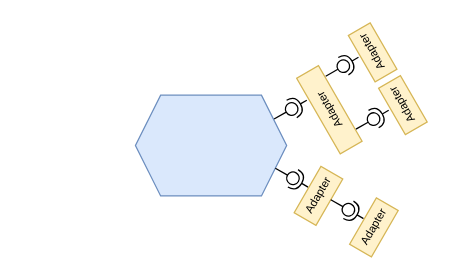
alicemunsal/dohex keeps this draw.io diagram as page "Adapter Organization" (8 of 8) of diagrams/1.drawio. Above is the earlier version. Source tidied: cells renumbered, new cells numbered last; positions are measured from the earlier drawing's top-left corner, leaving out a move shared by most shapes. Both pictures are drawn from the tidied source at 126%, with x=0, y=0 at pixel (135, 35).
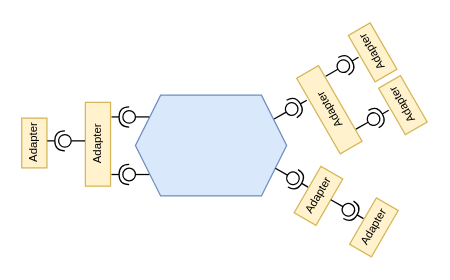
The same page after the edit.

Commit message:
Adapter organization updated

Diff of the diagram source:
```diff
@@
+    <mxCell id="32" style="group;rotation=-180;" parent="1" vertex="1">
+      <mxGeometry x="-19" y="59.3" width="30" height="10" as="geometry" />
+    </mxCell>
+    <mxCell id="33" style="rounded=0;jettySize=auto;html=1;endArrow=none;endFill=0;sketch=0;sourcePerimeterSpacing=0;targetPerimeterSpacing=0;" parent="32" edge="1" target="35">
+      <mxGeometry relative="1" as="geometry">
+        <mxPoint x="30" y="5" as="sourcePoint" />
+      </mxGeometry>
+    </mxCell>
+    <mxCell id="34" style="rounded=0;jettySize=auto;html=1;endArrow=halfCircle;endFill=0;entryX=0.5;entryY=0.5;endSize=6;strokeWidth=1;sketch=0;" parent="32" edge="1" target="35">
+      <mxGeometry relative="1" as="geometry">
+        <mxPoint y="5" as="sourcePoint" />
+      </mxGeometry>
+    </mxCell>
+    <mxCell id="35" style="ellipse;whiteSpace=wrap;html=1;align=center;points=[];outlineConnect=0;sketch=0;rotation=-180;" parent="32" vertex="1">
+      <mxGeometry x="9" width="10" height="10" as="geometry" />
+    </mxCell>
+    <mxCell id="36" value="Adapter" style="rounded=0;whiteSpace=wrap;html=1;fontSize=9;rotation=-90;fillColor=#fff2cc;strokeColor=#d6b656;" parent="1" vertex="1">
+      <mxGeometry x="-63" y="76" width="66.5" height="20" as="geometry" />
+    </mxCell>
+    <mxCell id="37" style="group;rotation=-180;" parent="1" vertex="1">
+      <mxGeometry x="-19" y="105" width="30" height="10" as="geometry" />
+    </mxCell>
+    <mxCell id="38" style="rounded=0;jettySize=auto;html=1;endArrow=none;endFill=0;sketch=0;sourcePerimeterSpacing=0;targetPerimeterSpacing=0;" parent="37" edge="1" target="40">
+      <mxGeometry relative="1" as="geometry">
+        <mxPoint x="30" y="5" as="sourcePoint" />
+      </mxGeometry>
+    </mxCell>
+    <mxCell id="39" style="rounded=0;jettySize=auto;html=1;endArrow=halfCircle;endFill=0;entryX=0.5;entryY=0.5;endSize=6;strokeWidth=1;sketch=0;" parent="37" edge="1" target="40">
+      <mxGeometry relative="1" as="geometry">
+        <mxPoint y="5" as="sourcePoint" />
+      </mxGeometry>
+    </mxCell>
+    <mxCell id="40" style="ellipse;whiteSpace=wrap;html=1;align=center;points=[];outlineConnect=0;sketch=0;rotation=-180;" parent="37" vertex="1">
+      <mxGeometry x="9" width="10" height="10" as="geometry" />
+    </mxCell>
+    <mxCell id="41" value="Adapter" style="rounded=0;whiteSpace=wrap;html=1;fontSize=9;rotation=-90;fillColor=#fff2cc;strokeColor=#d6b656;" parent="1" vertex="1">
+      <mxGeometry x="-100" y="75" width="39.5" height="20" as="geometry" />
+    </mxCell>
+    <mxCell id="42" style="group;rotation=-180;" parent="1" vertex="1">
+      <mxGeometry x="-70" y="78.3" width="30" height="10" as="geometry" />
+    </mxCell>
+    <mxCell id="43" style="rounded=0;jettySize=auto;html=1;endArrow=none;endFill=0;sketch=0;sourcePerimeterSpacing=0;targetPerimeterSpacing=0;" parent="42" edge="1" target="45">
+      <mxGeometry relative="1" as="geometry">
+        <mxPoint x="30" y="5" as="sourcePoint" />
+      </mxGeometry>
+    </mxCell>
+    <mxCell id="44" style="rounded=0;jettySize=auto;html=1;endArrow=halfCircle;endFill=0;entryX=0.5;entryY=0.5;endSize=6;strokeWidth=1;sketch=0;" parent="42" edge="1" target="45">
+      <mxGeometry relative="1" as="geometry">
+        <mxPoint y="5" as="sourcePoint" />
+      </mxGeometry>
+    </mxCell>
+    <mxCell id="45" style="ellipse;whiteSpace=wrap;html=1;align=center;points=[];outlineConnect=0;sketch=0;rotation=-180;" parent="42" vertex="1">
+      <mxGeometry x="9" width="10" height="10" as="geometry" />
+    </mxCell>
```
